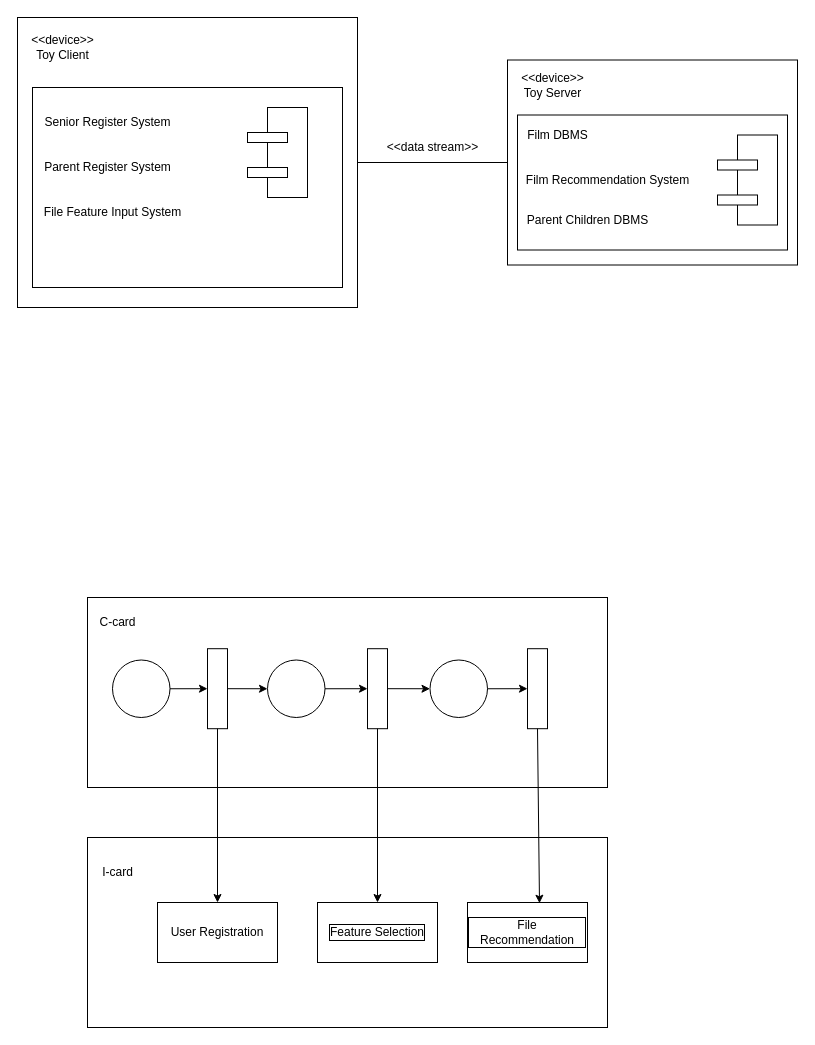
Before: page "第 2 页" (2 of 2) of se_ex4.drawio in Tianyu9748/hello-world, a draw.io diagram. Source tidied: cells renumbered, new cells numbered last; positions are measured from the earlier drawing's top-left corner, leaving out a move shared by most shapes. Both pictures are drawn from the tidied source at 100%, with x=0, y=0 at pixel (17, 17).
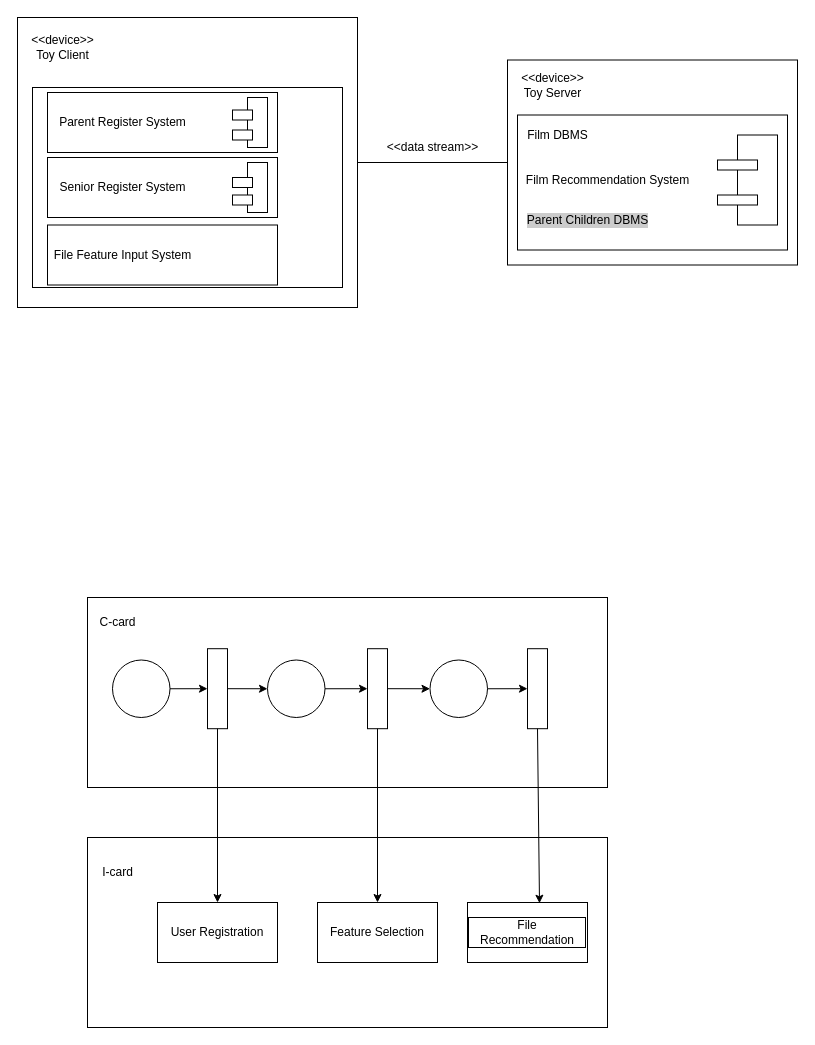
The same page after the edit.

What changed in the source:
```diff
@@
-    <mxCell id="5" value="Senior Register System" style="text;html=1;align=center;verticalAlign=middle;strokeColor=none;fillColor=none;" parent="1" vertex="1">
-      <mxGeometry x="15" y="90" width="150" height="30" as="geometry" />
-    </mxCell>
-    <mxCell id="6" value="Parent Register System" style="text;html=1;align=center;verticalAlign=middle;strokeColor=none;fillColor=none;" parent="1" vertex="1">
-      <mxGeometry x="15" y="135" width="150" height="30" as="geometry" />
-    </mxCell>
-    <mxCell id="7" style="rounded=0;whiteSpace=wrap;html=1;" parent="1" vertex="1">
-      <mxGeometry x="250" y="90" width="40" height="90" as="geometry" />
-    </mxCell>
-    <mxCell id="8" style="rounded=0;whiteSpace=wrap;html=1;" parent="1" vertex="1">
-      <mxGeometry x="230" y="115" width="40" height="10" as="geometry" />
-    </mxCell>
-    <mxCell id="9" style="rounded=0;whiteSpace=wrap;html=1;" parent="1" vertex="1">
-      <mxGeometry x="230" y="150" width="40" height="10" as="geometry" />
-    </mxCell>
@@
-    <mxCell id="16" value="Film DBMS" style="text;html=1;align=center;verticalAlign=middle;strokeColor=none;fillColor=none;" parent="1" vertex="1">
+    <mxCell id="16" value="Film DBMS" style="text;html=1;align=center;verticalAlign=middle;strokeColor=none;fillColor=none;labelBackgroundColor=#FFFFFF;" parent="1" vertex="1">
       <mxGeometry x="500" y="102.5" width="80" height="30" as="geometry" />
     </mxCell>
@@
-    <mxCell id="18" value="File Feature Input System" style="text;html=1;align=center;verticalAlign=middle;strokeColor=none;fillColor=none;" parent="1" vertex="1">
-      <mxGeometry x="15" y="180" width="160" height="30" as="geometry" />
-    </mxCell>
-    <mxCell id="19" value="Parent Children DBMS" style="text;html=1;align=center;verticalAlign=middle;strokeColor=none;fillColor=none;" parent="1" vertex="1">
+    <mxCell id="19" value="Parent Children DBMS" style="text;html=1;align=center;verticalAlign=middle;strokeColor=none;fillColor=none;fontColor=#000000;labelBackgroundColor=#CCCCCC;" parent="1" vertex="1">
       <mxGeometry x="500" y="187.5" width="140" height="30" as="geometry" />
     </mxCell>
@@
-    <mxCell id="33" value="Feature Selection" style="rounded=0;whiteSpace=wrap;html=1;shadow=0;labelBorderColor=default;" parent="1" vertex="1">
+    <mxCell id="33" value="Feature Selection" style="rounded=0;whiteSpace=wrap;html=1;shadow=0;labelBorderColor=none;" parent="1" vertex="1">
       <mxGeometry x="300" y="885" width="120" height="60" as="geometry" />
     </mxCell>
@@
+    <mxCell id="43" style="rounded=0;whiteSpace=wrap;html=1;" parent="1" vertex="1">
+      <mxGeometry x="30" y="75" width="230" height="60" as="geometry" />
+    </mxCell>
@@
+    <mxCell id="44" style="rounded=0;whiteSpace=wrap;html=1;" parent="1" vertex="1">
+      <mxGeometry x="230" y="80" width="20" height="50" as="geometry" />
+    </mxCell>
+    <mxCell id="45" style="rounded=0;whiteSpace=wrap;html=1;" parent="1" vertex="1">
+      <mxGeometry x="215" y="92.5" width="20" height="10" as="geometry" />
+    </mxCell>
+    <mxCell id="46" style="rounded=0;whiteSpace=wrap;html=1;" parent="1" vertex="1">
+      <mxGeometry x="215" y="112.5" width="20" height="10" as="geometry" />
+    </mxCell>
+    <mxCell id="6" value="Parent Register System" style="text;html=1;align=center;verticalAlign=middle;strokeColor=none;fillColor=none;" parent="1" vertex="1">
+      <mxGeometry x="30" y="90" width="150" height="30" as="geometry" />
+    </mxCell>
+    <mxCell id="47" style="rounded=0;whiteSpace=wrap;html=1;" parent="1" vertex="1">
+      <mxGeometry x="30" y="140" width="230" height="60" as="geometry" />
+    </mxCell>
+    <mxCell id="48" style="rounded=0;whiteSpace=wrap;html=1;" parent="1" vertex="1">
+      <mxGeometry x="230" y="145" width="20" height="50" as="geometry" />
+    </mxCell>
+    <mxCell id="49" style="rounded=0;whiteSpace=wrap;html=1;" parent="1" vertex="1">
+      <mxGeometry x="215" y="177.5" width="20" height="10" as="geometry" />
+    </mxCell>
+    <mxCell id="5" value="Senior Register System" style="text;html=1;align=center;verticalAlign=middle;strokeColor=none;fillColor=none;" parent="1" vertex="1">
+      <mxGeometry x="30" y="155" width="150" height="30" as="geometry" />
+    </mxCell>
+    <mxCell id="50" style="rounded=0;whiteSpace=wrap;html=1;" parent="1" vertex="1">
+      <mxGeometry x="30" y="207.5" width="230" height="60" as="geometry" />
+    </mxCell>
+    <mxCell id="18" value="File Feature Input System" style="text;html=1;align=center;verticalAlign=middle;strokeColor=none;fillColor=none;" parent="1" vertex="1">
+      <mxGeometry x="25" y="222.5" width="160" height="30" as="geometry" />
+    </mxCell>
+    <mxCell id="51" style="rounded=0;whiteSpace=wrap;html=1;" parent="1" vertex="1">
+      <mxGeometry x="215" y="160" width="20" height="10" as="geometry" />
+    </mxCell>
```
